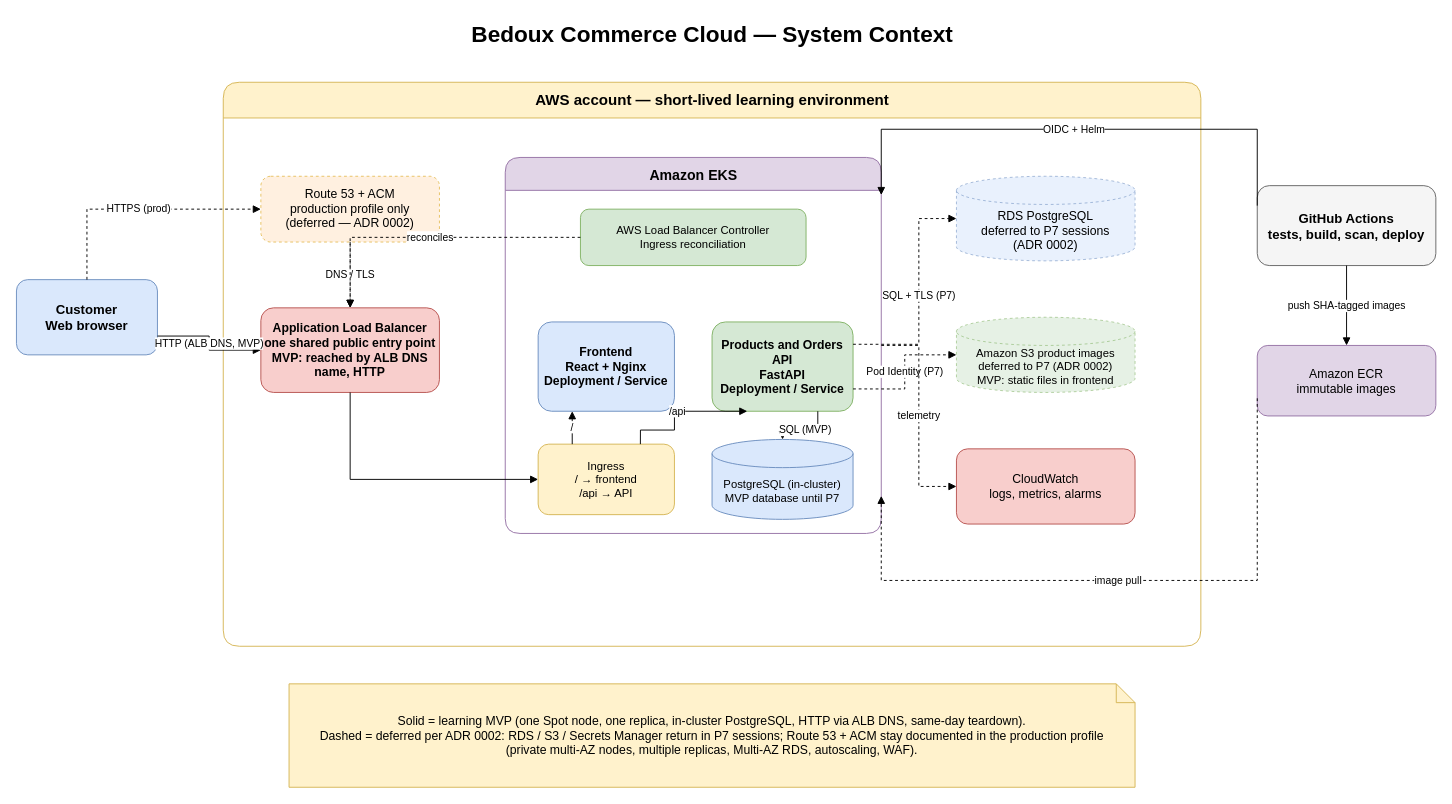
tsogtbatjargal/bedoux-commerce-cloud-gitops keeps this draw.io diagram as docs/diagrams/system-context.drawio. Above is the earlier version. Source tidied: cells renumbered, new cells numbered last; positions are measured from the earlier drawing's top-left corner, leaving out a move shared by most shapes. Both pictures are drawn from the tidied source at 94%, with x=0, y=0 at pixel (16, 16).
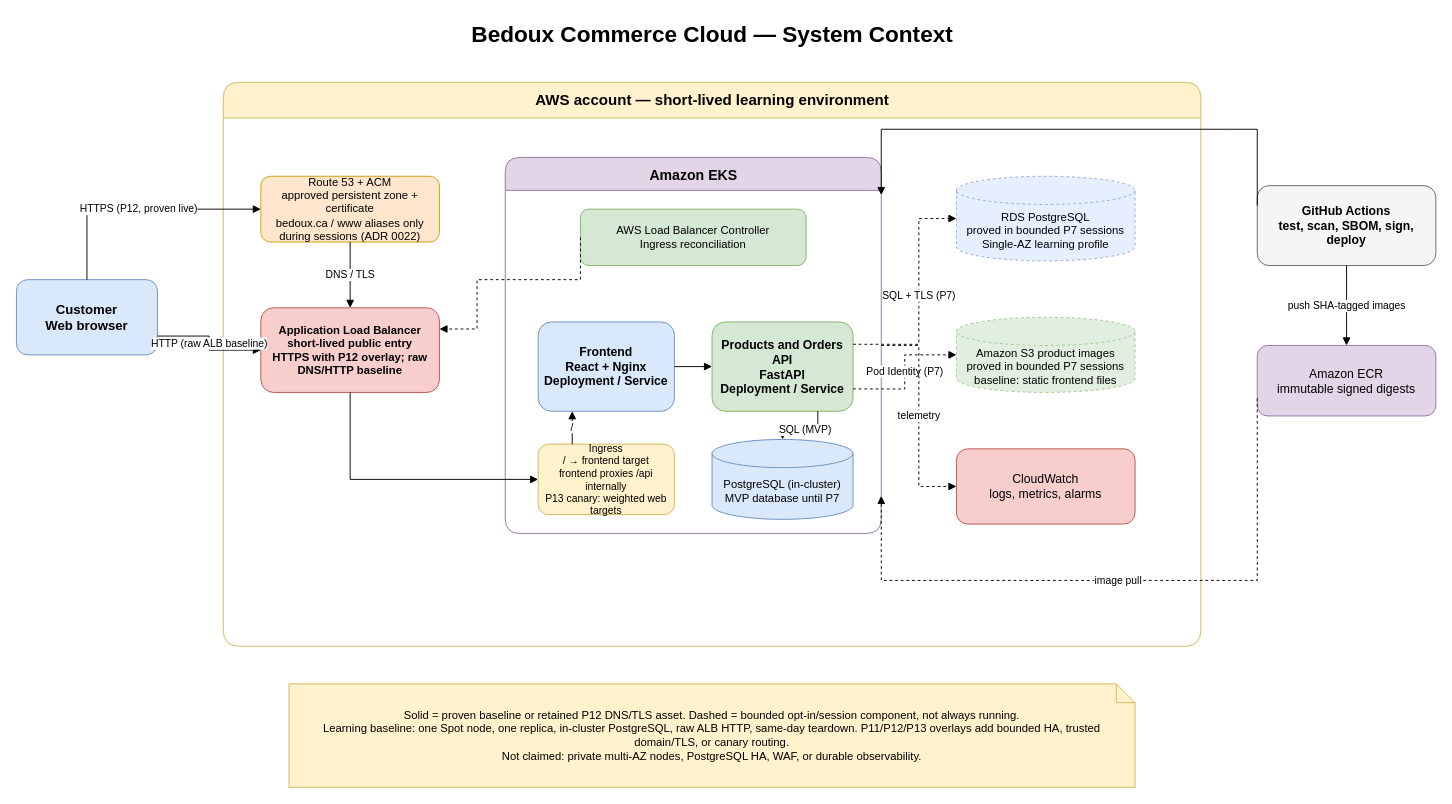
Above is the later version.

The change refers to these unchanged cells:
```xml
<mxCell id="3" value="Customer&#10;Web browser" style="rounded=1;whiteSpace=wrap;html=1;fillColor=#dae8fc;strokeColor=#6c8ebf;fontSize=14;fontStyle=1;" parent="1" vertex="1">
  <mxGeometry y="280" width="150" height="80" as="geometry" />
</mxCell>
<mxCell id="4" value="AWS account — short-lived learning environment" style="swimlane;html=1;horizontal=1;startSize=38;rounded=1;fillColor=#fff2cc;strokeColor=#d6b656;fontSize=16;fontStyle=1;" parent="1" vertex="1">
  <mxGeometry x="220" y="70" width="1040" height="600" as="geometry" />
</mxCell>
<mxCell id="7" value="Amazon EKS" style="swimlane;html=1;horizontal=1;startSize=35;rounded=1;fillColor=#e1d5e7;strokeColor=#9673a6;fontSize=15;fontStyle=1;" parent="4" vertex="1">
  <mxGeometry x="300" y="80" width="400" height="400" as="geometry" />
</mxCell>
<mxCell id="8" value="AWS Load Balancer Controller&#10;Ingress reconciliation" style="rounded=1;whiteSpace=wrap;html=1;fillColor=#d5e8d4;strokeColor=#82b366;fontSize=12;" parent="7" vertex="1">
  <mxGeometry x="80" y="55" width="240" height="60" as="geometry" />
</mxCell>
<mxCell id="9" value="Frontend&#10;React + Nginx&#10;Deployment / Service" style="rounded=1;whiteSpace=wrap;html=1;fillColor=#dae8fc;strokeColor=#6c8ebf;fontSize=13;fontStyle=1;" parent="7" vertex="1">
  <mxGeometry x="35" y="175" width="145" height="95" as="geometry" />
</mxCell>
<mxCell id="10" value="Products and Orders API&#10;FastAPI&#10;Deployment / Service" style="rounded=1;whiteSpace=wrap;html=1;fillColor=#d5e8d4;strokeColor=#82b366;fontSize=13;fontStyle=1;" parent="7" vertex="1">
  <mxGeometry x="220" y="175" width="150" height="95" as="geometry" />
</mxCell>
```

The edit, as a diff of the source:
```diff
@@
-    <mxCell id="5" value="Route 53 + ACM&#10;production profile only&#10;(deferred — ADR 0002)" style="rounded=1;whiteSpace=wrap;html=1;fillColor=#ffe6cc;strokeColor=#d79b00;fontSize=13;dashed=1;opacity=60;" parent="4" vertex="1">
+    <mxCell id="5" value="Route 53 + ACM&#10;approved persistent zone + certificate&#10;bedoux.ca / www aliases only during sessions (ADR 0022)" style="rounded=1;whiteSpace=wrap;html=1;fillColor=#ffe6cc;strokeColor=#d79b00;fontSize=12;" parent="4" vertex="1">
       <mxGeometry x="40" y="100" width="190" height="70" as="geometry" />
     </mxCell>
-    <mxCell id="6" value="Application Load Balancer&#10;one shared public entry point&#10;MVP: reached by ALB DNS name, HTTP" style="rounded=1;whiteSpace=wrap;html=1;fillColor=#f8cecc;strokeColor=#b85450;fontSize=13;fontStyle=1;" parent="4" vertex="1">
+    <mxCell id="6" value="Application Load Balancer&#10;short-lived public entry&#10;HTTPS with P12 overlay; raw DNS/HTTP baseline" style="rounded=1;whiteSpace=wrap;html=1;fillColor=#f8cecc;strokeColor=#b85450;fontSize=12;fontStyle=1;" parent="4" vertex="1">
       <mxGeometry x="40" y="240" width="190" height="90" as="geometry" />
     </mxCell>
@@
-    <mxCell id="11" value="Ingress&#10;/ → frontend&#10;/api → API" style="rounded=1;whiteSpace=wrap;html=1;fillColor=#fff2cc;strokeColor=#d6b656;fontSize=12;" parent="7" vertex="1">
+    <mxCell id="11" value="Ingress&#10;/ → frontend target&#10;frontend proxies /api internally&#10;P13 canary: weighted web targets" style="rounded=1;whiteSpace=wrap;html=1;fillColor=#fff2cc;strokeColor=#d6b656;fontSize=11;" parent="7" vertex="1">
       <mxGeometry x="35" y="305" width="145" height="75" as="geometry" />
     </mxCell>
@@
-    <mxCell id="13" value="RDS PostgreSQL&#10;deferred to P7 sessions&#10;(ADR 0002)" style="shape=cylinder3;whiteSpace=wrap;html=1;boundedLbl=1;backgroundOutline=1;size=15;fillColor=#dae8fc;strokeColor=#6c8ebf;fontSize=13;dashed=1;opacity=60;" parent="4" vertex="1">
+    <mxCell id="13" value="RDS PostgreSQL&#10;proved in bounded P7 sessions&#10;Single-AZ learning profile" style="shape=cylinder3;whiteSpace=wrap;html=1;boundedLbl=1;backgroundOutline=1;size=15;fillColor=#dae8fc;strokeColor=#6c8ebf;fontSize=12;dashed=1;opacity=70;" parent="4" vertex="1">
       <mxGeometry x="780" y="100" width="190" height="90" as="geometry" />
     </mxCell>
-    <mxCell id="14" value="Amazon S3 product images&#10;deferred to P7 (ADR 0002)&#10;MVP: static files in frontend" style="shape=cylinder3;whiteSpace=wrap;html=1;boundedLbl=1;backgroundOutline=1;size=15;fillColor=#d5e8d4;strokeColor=#82b366;fontSize=12;dashed=1;opacity=60;" parent="4" vertex="1">
+    <mxCell id="14" value="Amazon S3 product images&#10;proved in bounded P7 sessions&#10;baseline: static frontend files" style="shape=cylinder3;whiteSpace=wrap;html=1;boundedLbl=1;backgroundOutline=1;size=15;fillColor=#d5e8d4;strokeColor=#82b366;fontSize=12;dashed=1;opacity=70;" parent="4" vertex="1">
       <mxGeometry x="780" y="250" width="190" height="80" as="geometry" />
     </mxCell>
@@
-    <mxCell id="16" value="GitHub Actions&#10;tests, build, scan, deploy" style="rounded=1;whiteSpace=wrap;html=1;fillColor=#f5f5f5;strokeColor=#666666;fontSize=14;fontStyle=1;" parent="1" vertex="1">
+    <mxCell id="16" value="GitHub Actions&#10;test, scan, SBOM, sign, deploy" style="rounded=1;whiteSpace=wrap;html=1;fillColor=#f5f5f5;strokeColor=#666666;fontSize=13;fontStyle=1;" parent="1" vertex="1">
       <mxGeometry x="1320" y="180" width="190" height="85" as="geometry" />
     </mxCell>
-    <mxCell id="17" value="Amazon ECR&#10;immutable images" style="rounded=1;whiteSpace=wrap;html=1;fillColor=#e1d5e7;strokeColor=#9673a6;fontSize=13;" parent="1" vertex="1">
+    <mxCell id="17" value="Amazon ECR&#10;immutable signed digests" style="rounded=1;whiteSpace=wrap;html=1;fillColor=#e1d5e7;strokeColor=#9673a6;fontSize=13;" parent="1" vertex="1">
       <mxGeometry x="1320" y="350" width="190" height="75" as="geometry" />
     </mxCell>
-    <mxCell id="18" value="HTTP (ALB DNS, MVP)" style="edgeStyle=orthogonalEdgeStyle;rounded=0;jettySize=auto;html=1;endArrow=block;endFill=1;exitX=1;exitY=0.75;exitDx=0;exitDy=0;entryX=0;entryY=0.5;entryDx=0;entryDy=0;" parent="1" edge="1" source="3" target="6">
+    <mxCell id="18" value="HTTP (raw ALB baseline)" style="edgeStyle=orthogonalEdgeStyle;rounded=0;jettySize=auto;html=1;endArrow=block;endFill=1;exitX=1;exitY=0.75;exitDx=0;exitDy=0;entryX=0;entryY=0.5;entryDx=0;entryDy=0;" parent="1" edge="1" source="3" target="6">
       <mxGeometry relative="1" as="geometry" />
     </mxCell>
-    <mxCell id="19" value="HTTPS (prod)" style="edgeStyle=orthogonalEdgeStyle;rounded=0;jettySize=auto;html=1;dashed=1;endArrow=block;endFill=1;exitX=0.5;exitY=0;exitDx=0;exitDy=0;entryX=0;entryY=0.5;entryDx=0;entryDy=0;" parent="1" edge="1" source="3" target="5">
+    <mxCell id="19" value="HTTPS (P12, proven live)" style="edgeStyle=orthogonalEdgeStyle;rounded=0;jettySize=auto;html=1;endArrow=block;endFill=1;exitX=0.5;exitY=0;exitDx=0;exitDy=0;entryX=0;entryY=0.5;entryDx=0;entryDy=0;" parent="1" edge="1" source="3" target="5">
       <mxGeometry relative="1" as="geometry" />
     </mxCell>
-    <mxCell id="20" value="DNS / TLS" style="edgeStyle=orthogonalEdgeStyle;rounded=0;jettySize=auto;html=1;dashed=1;endArrow=block;endFill=1;" parent="4" edge="1" source="5" target="6">
+    <mxCell id="20" value="DNS / TLS" style="edgeStyle=orthogonalEdgeStyle;rounded=0;jettySize=auto;html=1;endArrow=block;endFill=1;" parent="4" edge="1" source="5" target="6">
       <mxGeometry relative="1" as="geometry" />
     </mxCell>
@@
-    <mxCell id="22" value="reconciles" style="edgeStyle=orthogonalEdgeStyle;rounded=0;jettySize=auto;html=1;dashed=1;endArrow=block;endFill=1;" parent="4" edge="1" source="8" target="6">
-      <mxGeometry relative="1" as="geometry" />
+    <mxCell id="22" style="edgeStyle=orthogonalEdgeStyle;rounded=0;jettySize=auto;html=1;dashed=1;endArrow=block;endFill=1;exitX=0;exitY=0.5;entryX=1;entryY=0.25;" parent="4" edge="1" source="8" target="6">
+      <mxGeometry relative="1" as="geometry">
+        <Array as="points">
+          <mxPoint x="270" y="210" />
+        </Array>
+      </mxGeometry>
     </mxCell>
@@
-    <mxCell id="24" value="/api" style="edgeStyle=orthogonalEdgeStyle;rounded=0;jettySize=auto;html=1;endArrow=block;endFill=1;exitX=0.75;exitY=0;exitDx=0;exitDy=0;entryX=0.25;entryY=1;entryDx=0;entryDy=0;" parent="7" edge="1" source="11" target="10">
-      <mxGeometry relative="1" as="geometry">
-        <Array as="points">
-          <mxPoint x="180" y="290" />
-        </Array>
-      </mxGeometry>
+    <mxCell id="24" style="edgeStyle=orthogonalEdgeStyle;rounded=0;jettySize=auto;html=1;endArrow=block;endFill=1;exitX=1;exitY=0.5;exitDx=0;exitDy=0;entryX=0;entryY=0.5;entryDx=0;entryDy=0;" parent="7" edge="1" source="9" target="10">
+      <mxGeometry relative="1" as="geometry" />
     </mxCell>
@@
-    <mxCell id="30" value="OIDC + Helm" style="edgeStyle=orthogonalEdgeStyle;rounded=0;jettySize=auto;html=1;endArrow=block;endFill=1;exitX=0;exitY=0.25;exitDx=0;exitDy=0;entryX=1;entryY=0.1;entryDx=0;entryDy=0;" parent="1" edge="1" source="16" target="7">
+    <mxCell id="30" style="edgeStyle=orthogonalEdgeStyle;rounded=0;jettySize=auto;html=1;endArrow=block;endFill=1;exitX=0;exitY=0.25;exitDx=0;exitDy=0;entryX=1;entryY=0.1;entryDx=0;entryDy=0;" parent="1" edge="1" source="16" target="7">
       <mxGeometry relative="1" as="geometry">
         <Array as="points">
           <mxPoint x="1290" y="120" />
           <mxPoint x="960" y="120" />
         </Array>
       </mxGeometry>
     </mxCell>
@@
-    <mxCell id="32" value="Solid = learning MVP (one Spot node, one replica, in-cluster PostgreSQL, HTTP via ALB DNS, same-day teardown).&#10;Dashed = deferred per ADR 0002: RDS / S3 / Secrets Manager return in P7 sessions; Route 53 + ACM stay documented in the production profile&#10;(private multi-AZ nodes, multiple replicas, Multi-AZ RDS, autoscaling, WAF)." style="shape=note;whiteSpace=wrap;html=1;backgroundOutline=1;size=20;fillColor=#fff2cc;strokeColor=#d6b656;fontSize=13;" parent="1" vertex="1">
+    <mxCell id="32" value="Solid = proven baseline or retained P12 DNS/TLS asset. Dashed = bounded opt-in/session component, not always running.&#10;Learning baseline: one Spot node, one replica, in-cluster PostgreSQL, raw ALB HTTP, same-day teardown. P11/P12/P13 overlays add bounded HA, trusted domain/TLS, or canary routing.&#10;Not claimed: private multi-AZ nodes, PostgreSQL HA, WAF, or durable observability." style="shape=note;whiteSpace=wrap;html=1;backgroundOutline=1;size=20;fillColor=#fff2cc;strokeColor=#d6b656;fontSize=12;" parent="1" vertex="1">
       <mxGeometry x="290" y="710" width="900" height="110" as="geometry" />
     </mxCell>
```
